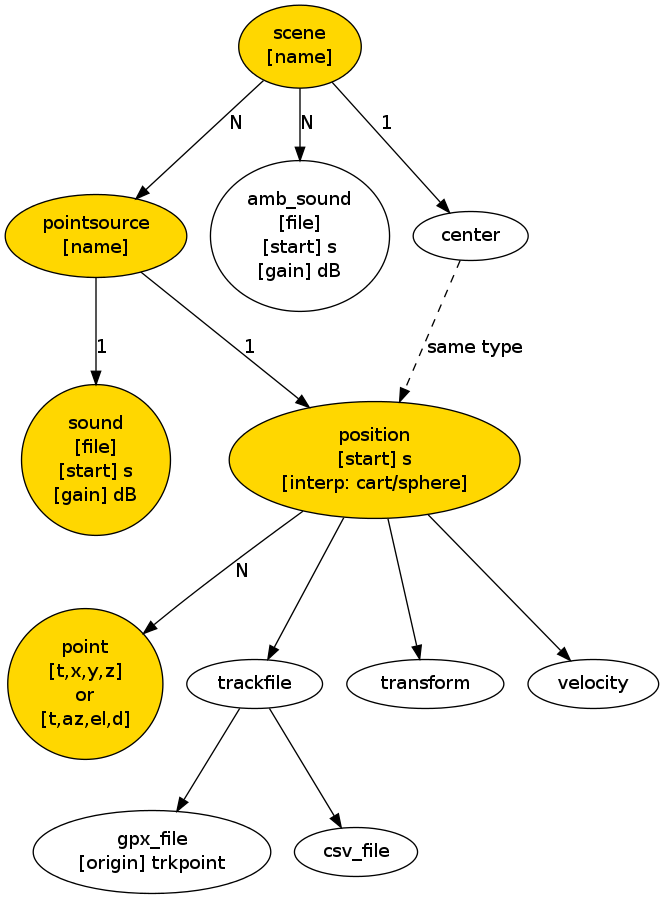
Above: doc/filestructure.png in HoerTech-gGmbH/tascar (Graphviz), before the change. Its source is kept beside it as doc/filestructure.dot.
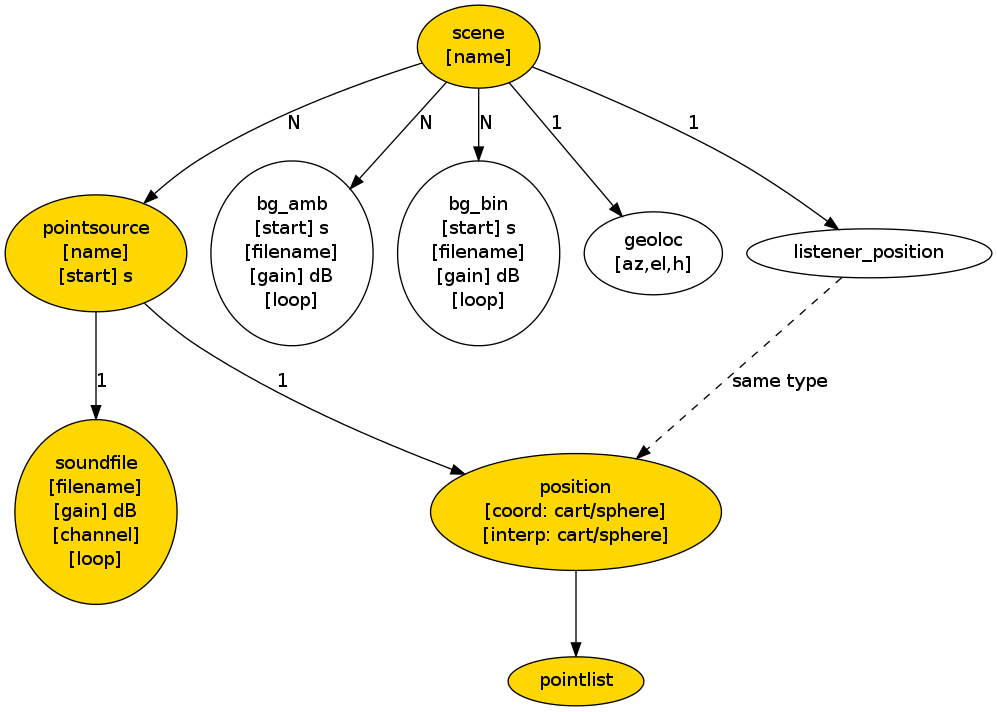
Above is the later version.

Commit message:
documentation of scene definition format specification

The edit, as a diff of the source:
```diff
@@ -1,27 +1,26 @@
 digraph ap {
 
-  scene [label="scene\n[name]",style="filled",fillcolor="gold"];
-  source [label="pointsource\n[name]",style="filled",fillcolor="gold"];
-  sound [label="sound\n[file]\n[start] s\n[gain] dB",style="filled",fillcolor="gold"];
-  amb_sound [label="amb_sound\n[file]\n[start] s\n[gain] dB"];
+  scene [label="scene\n[name]\n",style="filled",fillcolor="gold"];
+  source [label="pointsource\n[name]\n[start] s",style="filled",fillcolor="gold"];
+  sound [label="soundfile\n[filename]\n[gain] dB\n[channel]\n[loop]",style="filled",fillcolor="gold"];
+  bg_amb [label="bg_amb\n[start] s\n[filename]\n[gain] dB\n[loop]"];
+  bg_bin [label="bg_bin\n[start] s\n[filename]\n[gain] dB\n[loop]"];
+  geoloc [label="geoloc\n[az,el,h]"];
+  pointlist [style="filled",fillcolor="gold"];
 
-  gpx_file [label="gpx_file\n[origin] trkpoint"];
-  position [label="position\n[start] s\n[interp: cart/sphere]",style="filled",fillcolor="gold"];
-  pointlist [label="point\n[t,x,y,z]\nor\n[t,az,el,d]",style="filled",fillcolor="gold"];
+  position [label="position\n[coord: cart/sphere]\n[interp: cart/sphere]",style="filled",fillcolor="gold"];
+  center [label="listener_position"];
 
 
-  scene -> amb_sound [label="N"];
+  scene -> geoloc [label="1"];
+  scene -> bg_amb [label="N"];
+  scene -> bg_bin [label="N"];
   scene -> center [label="1"];
   scene -> source [label="N"];
   source -> position [label="1"];
   source -> sound [label="1"];
   center -> position [style="dashed",label="same type"];
-  position -> pointlist [label="N"];
-  position -> trackfile;
-  trackfile -> gpx_file;
-  trackfile -> csv_file;
-  position -> transform;
-  position -> velocity;
+  position -> pointlist
 
 }
 
```
